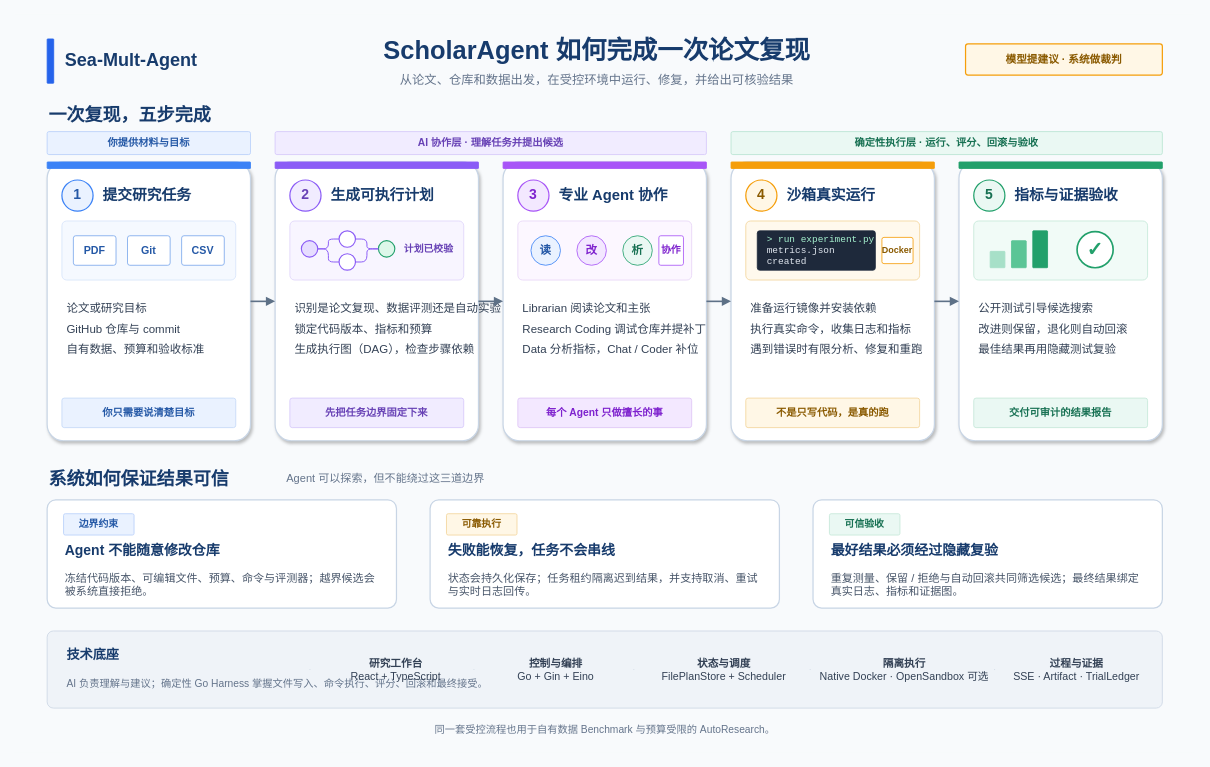
Above: ArchitectureDiagram.drawio in yu-xin-c/Sea-mult-agent (draw.io), before the change. Source tidied: cells renumbered, new cells numbered last; positions are measured from the earlier drawing's top-left corner, leaving out a move shared by most shapes. Both pictures are drawn from the tidied source at 82%, with x=0, y=0 at pixel (14, 14).
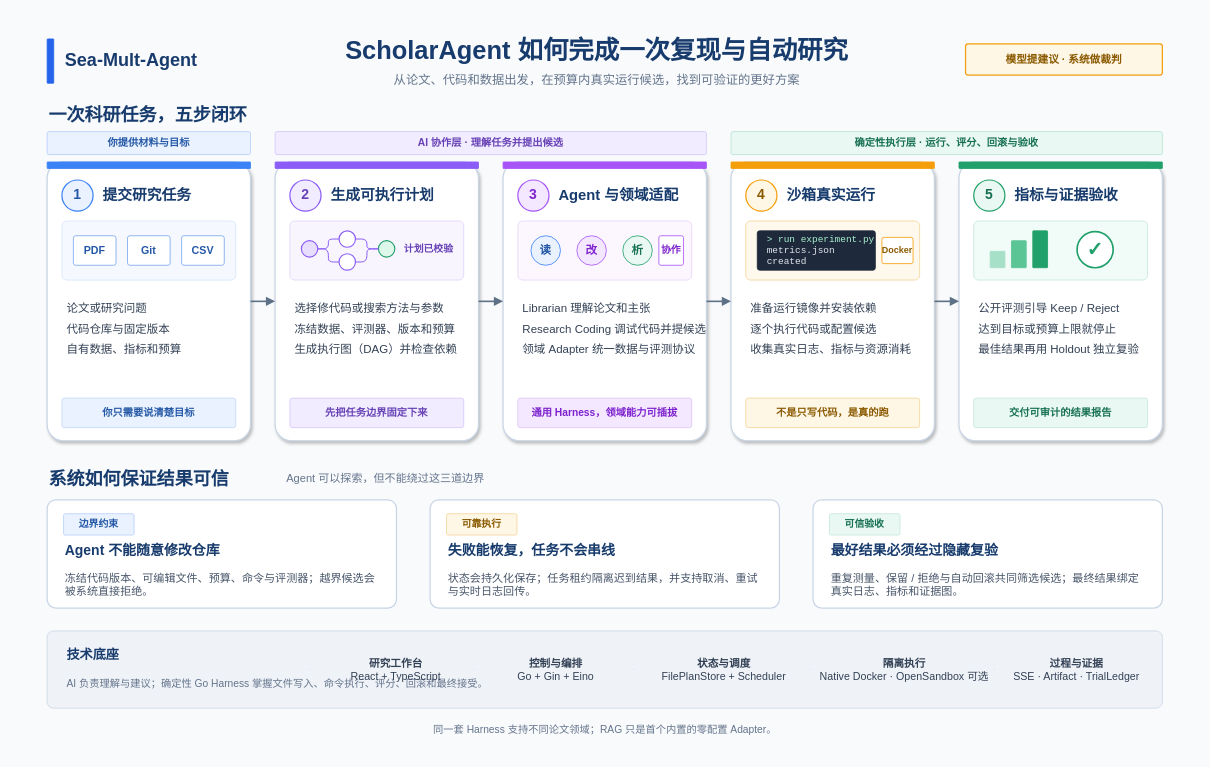
The same diagram, later.

Diff of the diagram source:
```diff
@@
-    <mxCell id="5" value="ScholarAgent 如何完成一次论文复现" style="text;html=1;strokeColor=none;fillColor=none;align=center;verticalAlign=middle;fontFamily=Helvetica;fontSize=31;fontStyle=1;fontColor=#173B6C;" parent="1" vertex="1">
+    <mxCell id="5" value="ScholarAgent 如何完成一次复现与自动研究" style="text;html=1;strokeColor=none;fillColor=none;align=center;verticalAlign=middle;fontFamily=Helvetica;fontSize=31;fontStyle=1;fontColor=#173B6C;" parent="1" vertex="1">
       <mxGeometry x="300" y="20" width="820" height="48" as="geometry" />
     </mxCell>
-    <mxCell id="6" value="从论文、仓库和数据出发，在受控环境中运行、修复，并给出可核验结果" style="text;html=1;strokeColor=none;fillColor=none;align=center;verticalAlign=middle;fontFamily=Helvetica;fontSize=15;fontColor=#64748B;" parent="1" vertex="1">
+    <mxCell id="6" value="从论文、代码和数据出发，在预算内真实运行候选，找到可验证的更好方案" style="text;html=1;strokeColor=none;fillColor=none;align=center;verticalAlign=middle;fontFamily=Helvetica;fontSize=15;fontColor=#64748B;" parent="1" vertex="1">
       <mxGeometry x="300" y="65" width="820" height="28" as="geometry" />
     </mxCell>
@@
-    <mxCell id="8" value="一次复现，五步完成" style="text;html=1;strokeColor=none;fillColor=none;align=left;verticalAlign=middle;fontFamily=Helvetica;fontSize=22;fontStyle=1;fontColor=#173B6C;" parent="1" vertex="1">
+    <mxCell id="8" value="一次科研任务，五步闭环" style="text;html=1;strokeColor=none;fillColor=none;align=left;verticalAlign=middle;fontFamily=Helvetica;fontSize=22;fontStyle=1;fontColor=#173B6C;" parent="1" vertex="1">
       <mxGeometry x="40" y="108" width="280" height="32" as="geometry" />
     </mxCell>
@@
-    <mxCell id="20" value="&lt;div style=&quot;line-height:1.75&quot;&gt;论文或研究目标&lt;br&gt;GitHub 仓库与 commit&lt;br&gt;自有数据、预算和验收标准&lt;/div&gt;" style="text;html=1;strokeColor=none;fillColor=none;align=left;verticalAlign=top;spacing=2;fontFamily=Helvetica;fontSize=14;fontColor=#334155;" parent="1" vertex="1">
+    <mxCell id="20" value="&lt;div style=&quot;line-height:1.75&quot;&gt;论文或研究问题&lt;br&gt;代码仓库与固定版本&lt;br&gt;自有数据、指标和预算&lt;/div&gt;" style="text;html=1;strokeColor=none;fillColor=none;align=left;verticalAlign=top;spacing=2;fontFamily=Helvetica;fontSize=14;fontColor=#334155;" parent="1" vertex="1">
       <mxGeometry x="62" y="340" width="204" height="108" as="geometry" />
     </mxCell>
@@
-    <mxCell id="32" value="&lt;div style=&quot;line-height:1.75&quot;&gt;识别是论文复现、数据评测还是自动实验&lt;br&gt;锁定代码版本、指标和预算&lt;br&gt;生成执行图（DAG），检查步骤依赖&lt;/div&gt;" style="text;html=1;strokeColor=none;fillColor=none;align=left;verticalAlign=top;spacing=2;fontFamily=Helvetica;fontSize=14;fontColor=#334155;" parent="1" vertex="1">
+    <mxCell id="32" value="&lt;div style=&quot;line-height:1.75&quot;&gt;选择修代码或搜索方法与参数&lt;br&gt;冻结数据、评测器、版本和预算&lt;br&gt;生成执行图（DAG）并检查依赖&lt;/div&gt;" style="text;html=1;strokeColor=none;fillColor=none;align=left;verticalAlign=top;spacing=2;fontFamily=Helvetica;fontSize=14;fontColor=#334155;" parent="1" vertex="1">
       <mxGeometry x="340" y="340" width="204" height="108" as="geometry" />
     </mxCell>
@@
-    <mxCell id="37" value="专业 Agent 协作" style="text;html=1;strokeColor=none;fillColor=none;align=left;verticalAlign=middle;fontFamily=Helvetica;fontSize=18;fontStyle=1;fontColor=#173B6C;" parent="1" vertex="1">
+    <mxCell id="37" value="Agent 与领域适配" style="text;html=1;strokeColor=none;fillColor=none;align=left;verticalAlign=middle;fontFamily=Helvetica;fontSize=18;fontStyle=1;fontColor=#173B6C;" parent="1" vertex="1">
       <mxGeometry x="662" y="201" width="164" height="40" as="geometry" />
     </mxCell>
@@
-    <mxCell id="43" value="&lt;div style=&quot;line-height:1.75&quot;&gt;Librarian 阅读论文和主张&lt;br&gt;Research Coding 调试仓库并提补丁&lt;br&gt;Data 分析指标，Chat / Coder 补位&lt;/div&gt;" style="text;html=1;strokeColor=none;fillColor=none;align=left;verticalAlign=top;spacing=2;fontFamily=Helvetica;fontSize=14;fontColor=#334155;" parent="1" vertex="1">
+    <mxCell id="43" value="&lt;div style=&quot;line-height:1.75&quot;&gt;Librarian 理解论文和主张&lt;br&gt;Research Coding 调试代码并提候选&lt;br&gt;领域 Adapter 统一数据与评测协议&lt;/div&gt;" style="text;html=1;strokeColor=none;fillColor=none;align=left;verticalAlign=top;spacing=2;fontFamily=Helvetica;fontSize=14;fontColor=#334155;" parent="1" vertex="1">
       <mxGeometry x="618" y="340" width="204" height="108" as="geometry" />
     </mxCell>
-    <mxCell id="44" value="每个 Agent 只做擅长的事" style="rounded=1;whiteSpace=wrap;html=1;arcSize=8;fillColor=#F3E8FF;strokeColor=#DEC5F5;align=center;verticalAlign=middle;fontFamily=Helvetica;fontSize=12.5;fontStyle=1;fontColor=#7E22CE;" parent="1" vertex="1">
+    <mxCell id="44" value="通用 Harness，领域能力可插拔" style="rounded=1;whiteSpace=wrap;html=1;arcSize=8;fillColor=#F3E8FF;strokeColor=#DEC5F5;align=center;verticalAlign=middle;fontFamily=Helvetica;fontSize=12.5;fontStyle=1;fontColor=#7E22CE;" parent="1" vertex="1">
       <mxGeometry x="614" y="468" width="212" height="36" as="geometry" />
     </mxCell>
@@
-    <mxCell id="52" value="&lt;div style=&quot;line-height:1.75&quot;&gt;准备运行镜像并安装依赖&lt;br&gt;执行真实命令，收集日志和指标&lt;br&gt;遇到错误时有限分析、修复和重跑&lt;/div&gt;" style="text;html=1;strokeColor=none;fillColor=none;align=left;verticalAlign=top;spacing=2;fontFamily=Helvetica;fontSize=14;fontColor=#334155;" parent="1" vertex="1">
+    <mxCell id="52" value="&lt;div style=&quot;line-height:1.75&quot;&gt;准备运行镜像并安装依赖&lt;br&gt;逐个执行代码或配置候选&lt;br&gt;收集真实日志、指标与资源消耗&lt;/div&gt;" style="text;html=1;strokeColor=none;fillColor=none;align=left;verticalAlign=top;spacing=2;fontFamily=Helvetica;fontSize=14;fontColor=#334155;" parent="1" vertex="1">
       <mxGeometry x="896" y="340" width="204" height="108" as="geometry" />
     </mxCell>
@@
-    <mxCell id="63" value="&lt;div style=&quot;line-height:1.75&quot;&gt;公开测试引导候选搜索&lt;br&gt;改进则保留，退化则自动回滚&lt;br&gt;最佳结果再用隐藏测试复验&lt;/div&gt;" style="text;html=1;strokeColor=none;fillColor=none;align=left;verticalAlign=top;spacing=2;fontFamily=Helvetica;fontSize=14;fontColor=#334155;" parent="1" vertex="1">
+    <mxCell id="63" value="&lt;div style=&quot;line-height:1.75&quot;&gt;公开评测引导 Keep / Reject&lt;br&gt;达到目标或预算上限就停止&lt;br&gt;最佳结果再用 Holdout 独立复验&lt;/div&gt;" style="text;html=1;strokeColor=none;fillColor=none;align=left;verticalAlign=top;spacing=2;fontFamily=Helvetica;fontSize=14;fontColor=#334155;" parent="1" vertex="1">
       <mxGeometry x="1174" y="340" width="204" height="108" as="geometry" />
     </mxCell>
@@
-    <mxCell id="100" value="同一套受控流程也用于自有数据 Benchmark 与预算受限的 AutoResearch。" style="text;html=1;strokeColor=none;fillColor=none;align=center;verticalAlign=middle;fontFamily=Helvetica;fontSize=12.5;fontColor=#64748B;" parent="1" vertex="1">
+    <mxCell id="100" value="同一套 Harness 支持不同论文领域；RAG 只是首个内置的零配置 Adapter。" style="text;html=1;strokeColor=none;fillColor=none;align=center;verticalAlign=middle;fontFamily=Helvetica;fontSize=12.5;fontColor=#64748B;" parent="1" vertex="1">
       <mxGeometry x="340" y="862" width="760" height="22" as="geometry" />
     </mxCell>
```
